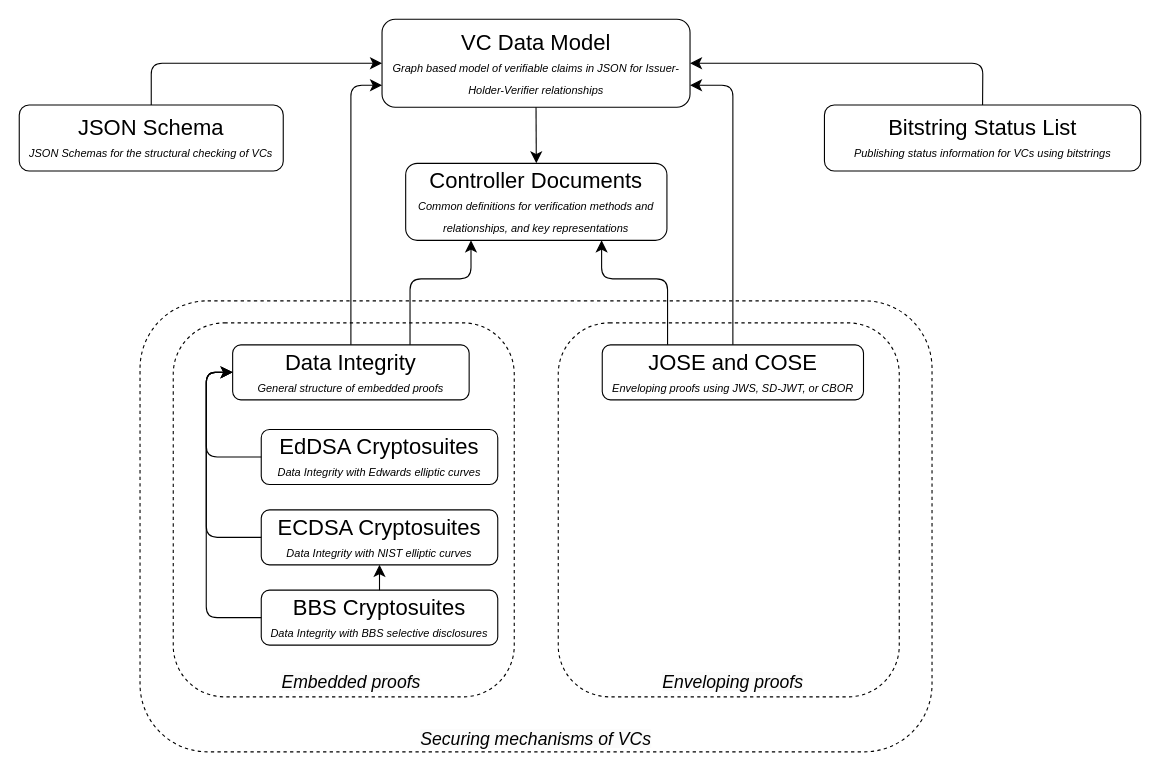
Earlier version of the draw.io diagram diagrams/VCWG_specifications.drawio (w3c/vc-overview). Source tidied: cells renumbered, new cells numbered last; positions are measured from the earlier drawing's top-left corner, leaving out a move shared by most shapes. Both pictures are drawn from the tidied source at 110%, with x=0, y=0 at pixel (19, 19).
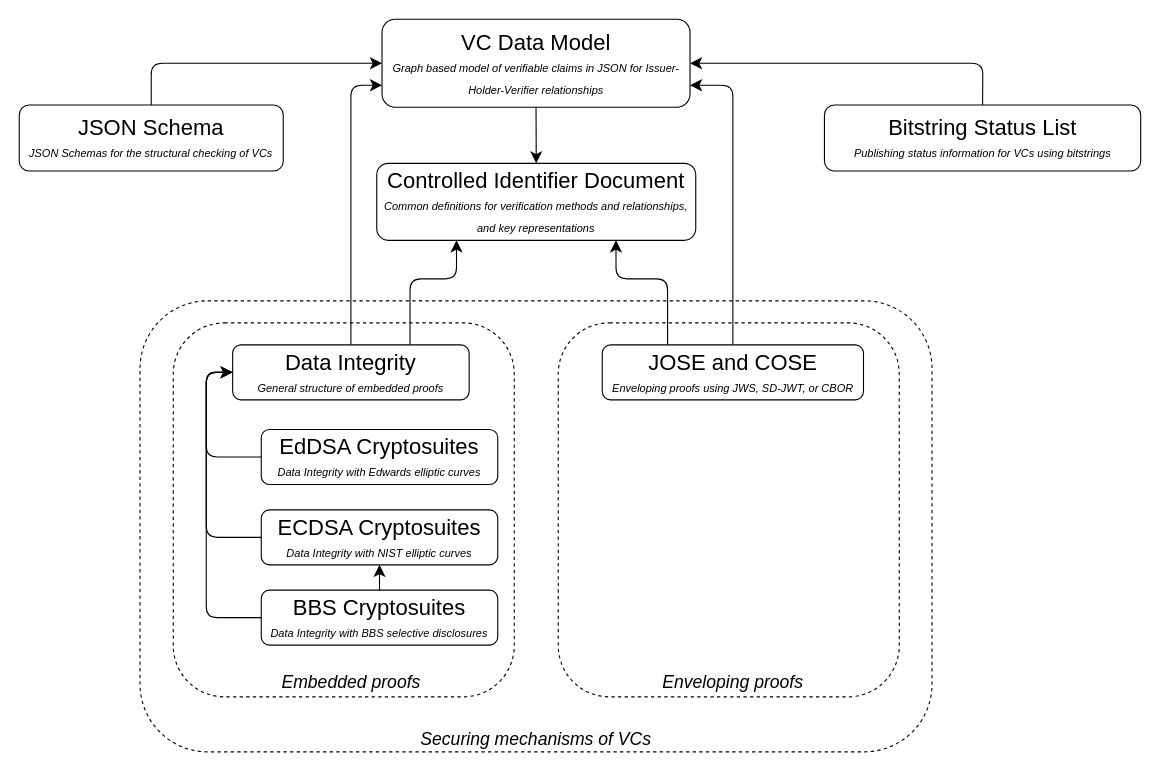
The same page after the edit.

The edit, as a diff of the source:
```diff
@@
-    <mxCell id="19" value="&lt;font style=&quot;&quot;&gt;&lt;span style=&quot;font-size: 20px;&quot;&gt;Controller Documents&lt;/span&gt;&lt;/font&gt;&lt;div&gt;&lt;font style=&quot;&quot;&gt;&lt;i style=&quot;font-size: 10px;&quot;&gt;Common definitions for verification methods and relationships, and key representations&lt;/i&gt;&lt;br&gt;&lt;/font&gt;&lt;/div&gt;" style="rounded=1;whiteSpace=wrap;html=1;fontSize=16;labelBackgroundColor=none;fillColor=none;" parent="1" vertex="1">
-      <mxGeometry x="351.3" y="131" width="237.5" height="70" as="geometry" />
+    <mxCell id="19" value="&lt;font style=&quot;&quot;&gt;&lt;span style=&quot;font-size: 20px;&quot;&gt;Controlled Identifier Document&lt;/span&gt;&lt;/font&gt;&lt;div&gt;&lt;font style=&quot;&quot;&gt;&lt;i style=&quot;font-size: 10px;&quot;&gt;Common definitions for verification methods and relationships, and key representations&lt;/i&gt;&lt;br&gt;&lt;/font&gt;&lt;/div&gt;" style="rounded=1;whiteSpace=wrap;html=1;fontSize=16;labelBackgroundColor=none;fillColor=none;" parent="1" vertex="1">
+      <mxGeometry x="325" y="131" width="290" height="70" as="geometry" />
     </mxCell>
```
